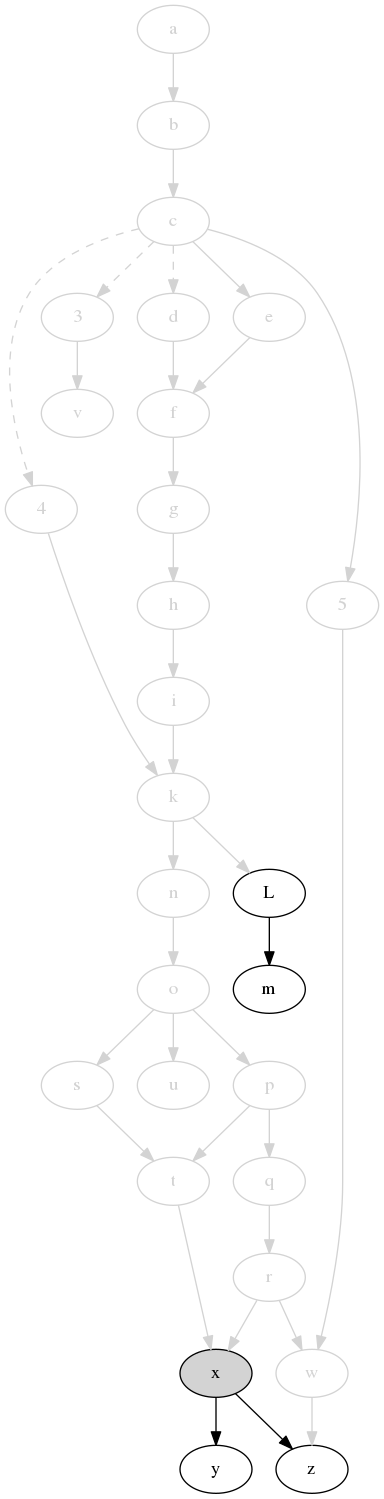
jdmpapin/svm-startup-deps keeps this Graphviz diagram as svm-startup-deps.png. Above is the earlier version. Its source is kept beside it as svm-startup-deps.dot.
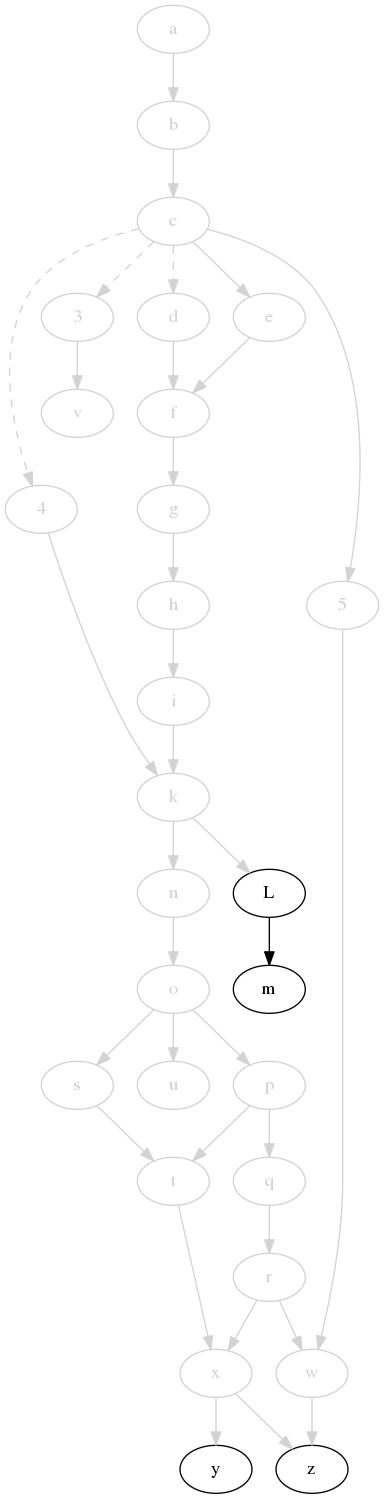
Later version of the same file.

What changed in the source:
```diff
@@ -25,7 +25,7 @@
     u [color=lightgrey,fontcolor=lightgrey];
     v [color=lightgrey,fontcolor=lightgrey];
     w [color=lightgrey,fontcolor=lightgrey];
-    x [style=filled,fillcolor=lightgrey];
+    x [color=lightgrey,fontcolor=lightgrey];
     y;
     z;
 
@@ -59,7 +59,7 @@
     r -> w [color=lightgrey];
     t -> x [color=lightgrey];
     r -> x [color=lightgrey];
-    x -> y;
-    x -> z;
+    x -> y [color=lightgrey];
+    x -> z [color=lightgrey];
     w -> z [color=lightgrey];
 }
```
